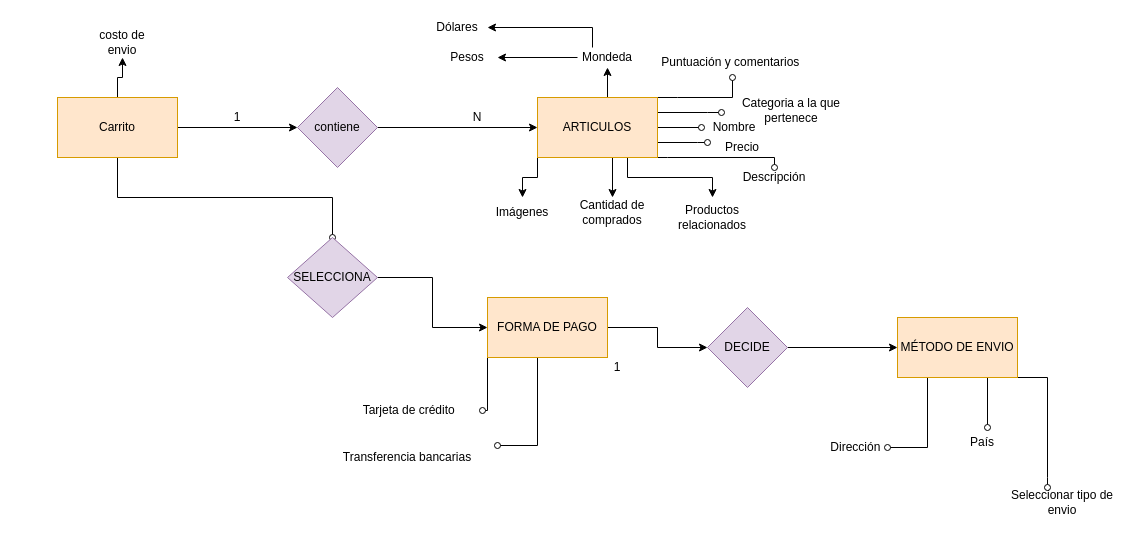
This is Untitled Diagram.drawio from maytediaz98/trabajo-grupal, a draw.io file, before an edit. Source tidied: cells renumbered, new cells numbered last; positions are measured from the earlier drawing's top-left corner, leaving out a move shared by most shapes. Both pictures are drawn from the tidied source at 100%, with x=0, y=0 at pixel (57, 17).
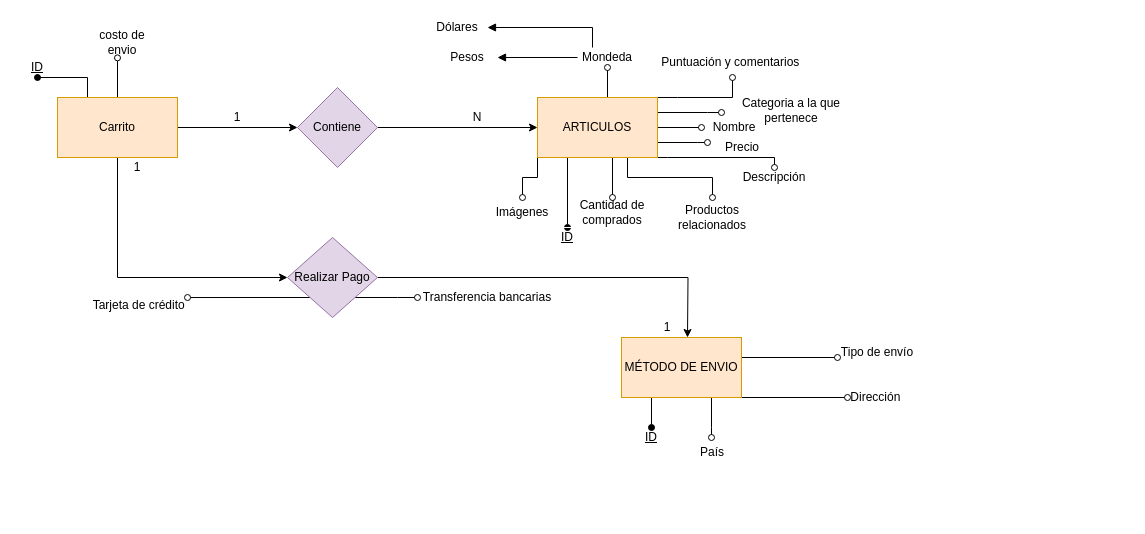
The same diagram, later.

Commit message:
Diagrama E-Mercado

The change refers to these unchanged cells:
```xml
<mxCell id="5" value="Carrito" style="rounded=0;whiteSpace=wrap;html=1;fillColor=#ffe6cc;strokeColor=#d79b00;" parent="1" vertex="1">
  <mxGeometry y="80" width="120" height="60" as="geometry" />
</mxCell>
<mxCell id="17" value="ARTICULOS" style="whiteSpace=wrap;html=1;rounded=0;fillColor=#ffe6cc;strokeColor=#d79b00;" parent="1" vertex="1">
  <mxGeometry x="480" y="80" width="120" height="60" as="geometry" />
</mxCell>
<mxCell id="43" value="costo de envio" style="text;html=1;strokeColor=none;fillColor=none;align=center;verticalAlign=middle;whiteSpace=wrap;rounded=0;" parent="1" vertex="1">
  <mxGeometry x="40" y="10" width="50" height="30" as="geometry" />
</mxCell>
<mxCell id="46" value="Mondeda" style="text;html=1;strokeColor=none;fillColor=none;align=center;verticalAlign=middle;whiteSpace=wrap;rounded=0;" parent="1" vertex="1">
  <mxGeometry x="520" y="30" width="60" height="20" as="geometry" />
</mxCell>
<mxCell id="47" value="Pesos" style="text;html=1;strokeColor=none;fillColor=none;align=center;verticalAlign=middle;whiteSpace=wrap;rounded=0;" parent="1" vertex="1">
  <mxGeometry x="380" y="30" width="60" height="20" as="geometry" />
</mxCell>
<mxCell id="48" value="Dólares" style="text;html=1;strokeColor=none;fillColor=none;align=center;verticalAlign=middle;whiteSpace=wrap;rounded=0;" parent="1" vertex="1">
  <mxGeometry x="370" width="60" height="20" as="geometry" />
</mxCell>
<mxCell id="49" value="Cantidad de comprados" style="text;html=1;strokeColor=none;fillColor=none;align=center;verticalAlign=middle;whiteSpace=wrap;rounded=0;" parent="1" vertex="1">
  <mxGeometry x="520" y="180" width="70" height="30" as="geometry" />
</mxCell>
<mxCell id="50" value="Imágenes" style="text;html=1;strokeColor=none;fillColor=none;align=center;verticalAlign=middle;whiteSpace=wrap;rounded=0;" parent="1" vertex="1">
  <mxGeometry x="430" y="180" width="70" height="30" as="geometry" />
</mxCell>
<mxCell id="51" value="Productos relacionados" style="text;html=1;strokeColor=none;fillColor=none;align=center;verticalAlign=middle;whiteSpace=wrap;rounded=0;" parent="1" vertex="1">
  <mxGeometry x="610" y="180" width="90" height="40" as="geometry" />
</mxCell>
```

The edit, as a diff of the source:
```diff
@@
-    <mxCell id="3" style="edgeStyle=orthogonalEdgeStyle;rounded=0;jettySize=auto;html=1;exitX=0.5;exitY=1;exitDx=0;exitDy=0;endArrow=oval;endFill=0;" parent="1" edge="1" source="5" target="19">
-      <mxGeometry relative="1" as="geometry" />
+    <mxCell id="3" style="edgeStyle=orthogonalEdgeStyle;rounded=0;jettySize=auto;html=1;exitX=0.5;exitY=1;exitDx=0;exitDy=0;endArrow=classic;endFill=1;" parent="1" edge="1" source="5" target="19">
+      <mxGeometry relative="1" as="geometry">
+        <Array as="points">
+          <mxPoint x="60" y="260" />
+        </Array>
+      </mxGeometry>
     </mxCell>
-    <mxCell id="4" style="edgeStyle=orthogonalEdgeStyle;rounded=0;jettySize=auto;html=1;exitX=0.5;exitY=0;exitDx=0;exitDy=0;" parent="1" edge="1" source="5" target="43">
+    <mxCell id="4" style="edgeStyle=orthogonalEdgeStyle;rounded=0;jettySize=auto;html=1;exitX=0.5;exitY=0;exitDx=0;exitDy=0;entryX=0.4;entryY=1.012;entryDx=0;entryDy=0;entryPerimeter=0;endArrow=oval;endFill=0;" parent="1" edge="1" source="5" target="43">
       <mxGeometry relative="1" as="geometry" />
     </mxCell>
+    <mxCell id="52" style="edgeStyle=orthogonalEdgeStyle;rounded=0;jettySize=auto;html=1;exitX=0.25;exitY=0;exitDx=0;exitDy=0;endArrow=oval;endFill=1;" parent="1" edge="1" source="5" target="58">
+      <mxGeometry relative="1" as="geometry" />
+    </mxCell>
@@
-    <mxCell id="7" value="contiene" style="rhombus;whiteSpace=wrap;html=1;rounded=0;fillColor=#e1d5e7;strokeColor=#9673a6;" parent="1" vertex="1">
+    <mxCell id="7" value="Contiene" style="rhombus;whiteSpace=wrap;html=1;rounded=0;fillColor=#e1d5e7;strokeColor=#9673a6;" parent="1" vertex="1">
       <mxGeometry x="240" y="70" width="80" height="80" as="geometry" />
     </mxCell>
@@
-    <mxCell id="13" style="edgeStyle=orthogonalEdgeStyle;rounded=0;jettySize=auto;html=1;exitX=0.5;exitY=0;exitDx=0;exitDy=0;" parent="1" edge="1" source="17" target="46">
+    <mxCell id="13" style="edgeStyle=orthogonalEdgeStyle;rounded=0;jettySize=auto;html=1;exitX=0.5;exitY=0;exitDx=0;exitDy=0;endArrow=oval;endFill=0;" parent="1" edge="1" source="17" target="46">
       <mxGeometry relative="1" as="geometry">
         <Array as="points">
           <mxPoint x="550" y="80" />
         </Array>
       </mxGeometry>
     </mxCell>
-    <mxCell id="14" style="edgeStyle=orthogonalEdgeStyle;rounded=0;jettySize=auto;html=1;exitX=0.5;exitY=1;exitDx=0;exitDy=0;" parent="1" edge="1" source="17" target="49">
+    <mxCell id="14" style="edgeStyle=orthogonalEdgeStyle;rounded=0;jettySize=auto;html=1;exitX=0.5;exitY=1;exitDx=0;exitDy=0;endArrow=oval;endFill=0;" parent="1" edge="1" source="17" target="49">
       <mxGeometry relative="1" as="geometry">
         <Array as="points">
           <mxPoint x="555" y="140" />
         </Array>
       </mxGeometry>
     </mxCell>
-    <mxCell id="15" style="edgeStyle=orthogonalEdgeStyle;rounded=0;jettySize=auto;html=1;exitX=0;exitY=1;exitDx=0;exitDy=0;" parent="1" edge="1" source="17" target="50">
+    <mxCell id="15" style="edgeStyle=orthogonalEdgeStyle;rounded=0;jettySize=auto;html=1;exitX=0;exitY=1;exitDx=0;exitDy=0;endArrow=oval;endFill=0;" parent="1" edge="1" source="17" target="50">
       <mxGeometry relative="1" as="geometry" />
     </mxCell>
-    <mxCell id="16" style="edgeStyle=orthogonalEdgeStyle;rounded=0;jettySize=auto;html=1;exitX=0.75;exitY=1;exitDx=0;exitDy=0;" parent="1" edge="1" source="17" target="51">
+    <mxCell id="16" style="edgeStyle=orthogonalEdgeStyle;rounded=0;jettySize=auto;html=1;exitX=0.75;exitY=1;exitDx=0;exitDy=0;endArrow=oval;endFill=0;" parent="1" edge="1" source="17" target="51">
       <mxGeometry relative="1" as="geometry" />
     </mxCell>
+    <mxCell id="53" style="edgeStyle=orthogonalEdgeStyle;rounded=0;jettySize=auto;html=1;exitX=0.25;exitY=1;exitDx=0;exitDy=0;endArrow=oval;endFill=1;" parent="1" edge="1" source="17" target="57">
+      <mxGeometry relative="1" as="geometry" />
+    </mxCell>
@@
-    <mxCell id="18" style="edgeStyle=orthogonalEdgeStyle;rounded=0;jettySize=auto;html=1;" parent="1" edge="1" source="19" target="23">
-      <mxGeometry relative="1" as="geometry" />
+    <mxCell id="18" style="edgeStyle=orthogonalEdgeStyle;rounded=0;jettySize=auto;html=1;" parent="1" edge="1" source="19">
+      <mxGeometry relative="1" as="geometry">
+        <mxPoint x="630" y="320" as="targetPoint" />
+      </mxGeometry>
     </mxCell>
+    <mxCell id="54" style="edgeStyle=orthogonalEdgeStyle;rounded=0;jettySize=auto;html=1;exitX=0;exitY=1;exitDx=0;exitDy=0;entryX=0.917;entryY=0.201;entryDx=0;entryDy=0;entryPerimeter=0;endArrow=oval;endFill=0;" parent="1" edge="1" source="19" target="42">
+      <mxGeometry relative="1" as="geometry" />
+    </mxCell>
+    <mxCell id="55" style="edgeStyle=orthogonalEdgeStyle;rounded=0;jettySize=auto;html=1;exitX=1;exitY=1;exitDx=0;exitDy=0;endArrow=oval;endFill=0;" parent="1" edge="1" source="19">
+      <mxGeometry relative="1" as="geometry">
+        <mxPoint x="360" y="280" as="targetPoint" />
+      </mxGeometry>
+    </mxCell>
-    <mxCell id="19" value="SELECCIONA&lt;br&gt;" style="rhombus;whiteSpace=wrap;html=1;rounded=0;fillColor=#e1d5e7;strokeColor=#9673a6;" parent="1" vertex="1">
+    <mxCell id="19" value="Realizar Pago" style="rhombus;whiteSpace=wrap;html=1;rounded=0;fillColor=#e1d5e7;strokeColor=#9673a6;" parent="1" vertex="1">
       <mxGeometry x="230" y="220" width="90" height="80" as="geometry" />
     </mxCell>
-    <mxCell id="20" style="edgeStyle=orthogonalEdgeStyle;rounded=0;jettySize=auto;html=1;" parent="1" edge="1" source="23" target="25">
-      <mxGeometry relative="1" as="geometry" />
-    </mxCell>
-    <mxCell id="21" style="edgeStyle=orthogonalEdgeStyle;rounded=0;jettySize=auto;html=1;exitX=0;exitY=0.75;exitDx=0;exitDy=0;endArrow=oval;endFill=0;" parent="1" edge="1" source="23" target="35">
-      <mxGeometry relative="1" as="geometry">
-        <Array as="points">
-          <mxPoint x="480" y="428" />
-        </Array>
-      </mxGeometry>
-    </mxCell>
-    <mxCell id="22" style="edgeStyle=orthogonalEdgeStyle;rounded=0;jettySize=auto;html=1;exitX=0;exitY=0.25;exitDx=0;exitDy=0;endArrow=oval;endFill=0;" parent="1" edge="1" source="23" target="42">
-      <mxGeometry relative="1" as="geometry">
-        <Array as="points">
-          <mxPoint x="430" y="393" />
-        </Array>
-      </mxGeometry>
-    </mxCell>
-    <mxCell id="23" value="FORMA DE PAGO" style="whiteSpace=wrap;html=1;rounded=0;fillColor=#ffe6cc;strokeColor=#d79b00;" parent="1" vertex="1">
-      <mxGeometry x="430" y="280" width="120" height="60" as="geometry" />
-    </mxCell>
-    <mxCell id="24" style="edgeStyle=orthogonalEdgeStyle;rounded=0;jettySize=auto;html=1;" parent="1" edge="1" source="25" target="29">
-      <mxGeometry relative="1" as="geometry" />
-    </mxCell>
-    <mxCell id="25" value="DECIDE" style="rhombus;whiteSpace=wrap;html=1;rounded=0;fillColor=#e1d5e7;strokeColor=#9673a6;" parent="1" vertex="1">
-      <mxGeometry x="650" y="290" width="80" height="80" as="geometry" />
-    </mxCell>
     <mxCell id="26" style="edgeStyle=orthogonalEdgeStyle;rounded=0;jettySize=auto;html=1;exitX=0.25;exitY=1;exitDx=0;exitDy=0;endArrow=oval;endFill=0;" parent="1" edge="1" source="29" target="36">
       <mxGeometry relative="1" as="geometry">
         <Array as="points">
-          <mxPoint x="870" y="430" />
+          <mxPoint x="800" y="380" />
         </Array>
       </mxGeometry>
     </mxCell>
-    <mxCell id="27" style="edgeStyle=orthogonalEdgeStyle;rounded=0;jettySize=auto;html=1;exitX=0.75;exitY=1;exitDx=0;exitDy=0;endArrow=oval;endFill=0;" parent="1" edge="1" source="29" target="37">
+    <mxCell id="27" style="edgeStyle=orthogonalEdgeStyle;rounded=0;jettySize=auto;html=1;exitX=0.75;exitY=1;exitDx=0;exitDy=0;endArrow=oval;endFill=0;" parent="1" edge="1" source="29">
       <mxGeometry relative="1" as="geometry">
+        <mxPoint x="654" y="420" as="targetPoint" />
         <Array as="points">
-          <mxPoint x="925" y="440" />
+          <mxPoint x="654" y="410" />
+          <mxPoint x="654" y="410" />
         </Array>
       </mxGeometry>
     </mxCell>
-    <mxCell id="28" style="edgeStyle=orthogonalEdgeStyle;rounded=0;jettySize=auto;html=1;exitX=1;exitY=1;exitDx=0;exitDy=0;endArrow=oval;endFill=0;" parent="1" edge="1" source="29" target="38">
+    <mxCell id="28" style="edgeStyle=orthogonalEdgeStyle;rounded=0;jettySize=auto;html=1;exitX=1;exitY=1;exitDx=0;exitDy=0;endArrow=oval;endFill=0;" parent="1" edge="1" source="29">
       <mxGeometry relative="1" as="geometry">
+        <mxPoint x="780" y="340" as="targetPoint" />
         <Array as="points">
-          <mxPoint x="990" y="460" />
-          <mxPoint x="990" y="460" />
+          <mxPoint x="684" y="340" />
         </Array>
       </mxGeometry>
     </mxCell>
+    <mxCell id="56" style="edgeStyle=orthogonalEdgeStyle;rounded=0;jettySize=auto;html=1;exitX=0.25;exitY=1;exitDx=0;exitDy=0;endArrow=oval;endFill=1;" parent="1" edge="1" source="29" target="60">
+      <mxGeometry relative="1" as="geometry" />
+    </mxCell>
     <mxCell id="29" value="MÉTODO DE ENVIO" style="whiteSpace=wrap;html=1;rounded=0;fillColor=#ffe6cc;strokeColor=#d79b00;" parent="1" vertex="1">
-      <mxGeometry x="840" y="300" width="120" height="60" as="geometry" />
+      <mxGeometry x="564" y="320" width="120" height="60" as="geometry" />
     </mxCell>
@@
     <mxCell id="35" value="Transferencia bancarias&lt;br&gt;" style="text;html=1;strokeColor=none;fillColor=none;align=center;verticalAlign=middle;whiteSpace=wrap;rounded=0;" parent="1" vertex="1">
-      <mxGeometry x="260" y="420" width="180" height="40" as="geometry" />
+      <mxGeometry x="350" y="260" width="160" height="40" as="geometry" />
     </mxCell>
     <mxCell id="36" value="Dirección&amp;nbsp;" style="text;html=1;strokeColor=none;fillColor=none;align=center;verticalAlign=middle;whiteSpace=wrap;rounded=0;" parent="1" vertex="1">
-      <mxGeometry x="770" y="420" width="60" height="20" as="geometry" />
+      <mxGeometry x="790" y="370" width="60" height="20" as="geometry" />
     </mxCell>
     <mxCell id="37" value="País" style="text;html=1;strokeColor=none;fillColor=none;align=center;verticalAlign=middle;whiteSpace=wrap;rounded=0;" parent="1" vertex="1">
-      <mxGeometry x="900" y="410" width="50" height="30" as="geometry" />
+      <mxGeometry x="630" y="420" width="50" height="30" as="geometry" />
     </mxCell>
-    <mxCell id="38" value="Seleccionar tipo de envio" style="text;html=1;strokeColor=none;fillColor=none;align=center;verticalAlign=middle;whiteSpace=wrap;rounded=0;" parent="1" vertex="1">
-      <mxGeometry x="940" y="470" width="130" height="30" as="geometry" />
+    <mxCell id="38" value="Tipo de envío" style="text;html=1;strokeColor=none;fillColor=none;align=center;verticalAlign=middle;whiteSpace=wrap;rounded=0;" parent="1" vertex="1">
+      <mxGeometry x="755" y="320" width="130" height="30" as="geometry" />
     </mxCell>
@@
     <mxCell id="41" value="1" style="text;html=1;strokeColor=none;fillColor=none;align=center;verticalAlign=middle;whiteSpace=wrap;rounded=0;" parent="1" vertex="1">
-      <mxGeometry x="540" y="340" width="40" height="20" as="geometry" />
+      <mxGeometry x="590" y="300" width="40" height="20" as="geometry" />
     </mxCell>
     <mxCell id="42" value="&amp;nbsp;Tarjeta de crédito" style="text;html=1;strokeColor=none;fillColor=none;align=center;verticalAlign=middle;whiteSpace=wrap;rounded=0;" parent="1" vertex="1">
-      <mxGeometry x="275" y="380" width="150" height="25" as="geometry" />
+      <mxGeometry x="20" y="275" width="120" height="25" as="geometry" />
     </mxCell>
@@
-    <mxCell id="44" style="edgeStyle=orthogonalEdgeStyle;rounded=0;jettySize=auto;html=1;" parent="1" edge="1" source="46" target="47">
+    <mxCell id="44" style="edgeStyle=orthogonalEdgeStyle;rounded=0;jettySize=auto;html=1;endArrow=block;endFill=1;" parent="1" edge="1" source="46" target="47">
       <mxGeometry relative="1" as="geometry" />
     </mxCell>
-    <mxCell id="45" style="edgeStyle=orthogonalEdgeStyle;rounded=0;jettySize=auto;html=1;exitX=0.25;exitY=0;exitDx=0;exitDy=0;" parent="1" edge="1" source="46" target="48">
+    <mxCell id="45" style="edgeStyle=orthogonalEdgeStyle;rounded=0;jettySize=auto;html=1;exitX=0.25;exitY=0;exitDx=0;exitDy=0;endArrow=block;endFill=1;" parent="1" edge="1" source="46" target="48">
       <mxGeometry relative="1" as="geometry">
         <Array as="points">
           <mxPoint x="535" y="10" />
         </Array>
       </mxGeometry>
     </mxCell>
@@
+    <mxCell id="57" value="&lt;u&gt;ID&lt;/u&gt;" style="text;html=1;strokeColor=#FFFFFF;fillColor=none;align=center;verticalAlign=middle;whiteSpace=wrap;rounded=0;" parent="1" vertex="1">
+      <mxGeometry x="490" y="210" width="40" height="20" as="geometry" />
+    </mxCell>
+    <mxCell id="58" value="&lt;u&gt;ID&lt;/u&gt;" style="text;html=1;strokeColor=none;fillColor=none;align=center;verticalAlign=middle;whiteSpace=wrap;rounded=0;" parent="1" vertex="1">
+      <mxGeometry x="-40" y="40" width="40" height="20" as="geometry" />
+    </mxCell>
+    <mxCell id="59" value="1" style="text;html=1;strokeColor=none;fillColor=none;align=center;verticalAlign=middle;whiteSpace=wrap;rounded=0;" parent="1" vertex="1">
+      <mxGeometry x="60" y="140" width="40" height="20" as="geometry" />
+    </mxCell>
+    <mxCell id="60" value="&lt;u&gt;ID&lt;/u&gt;" style="text;html=1;strokeColor=none;fillColor=none;align=center;verticalAlign=middle;whiteSpace=wrap;rounded=0;" parent="1" vertex="1">
+      <mxGeometry x="574" y="410" width="40" height="20" as="geometry" />
+    </mxCell>
+    <mxCell id="61" style="triangle;whiteSpace=wrap;html=1;strokeColor=#FFFFFF;" parent="1" vertex="1">
+      <mxGeometry x="290" y="150" width="60" height="80" as="geometry" />
+    </mxCell>
+    <mxCell id="62" style="triangle;whiteSpace=wrap;html=1;strokeColor=#FFFFFF;" parent="1" vertex="1">
+      <mxGeometry x="290" y="150" width="60" height="80" as="geometry" />
+    </mxCell>
+    <mxCell id="63" style="triangle;whiteSpace=wrap;html=1;strokeColor=#FFFFFF;" parent="1" vertex="1">
+      <mxGeometry x="290" y="150" width="60" height="80" as="geometry" />
+    </mxCell>
+    <mxCell id="64" style="triangle;whiteSpace=wrap;html=1;strokeColor=#FFFFFF;" parent="1" vertex="1">
+      <mxGeometry x="290" y="150" width="60" height="80" as="geometry" />
+    </mxCell>
```
